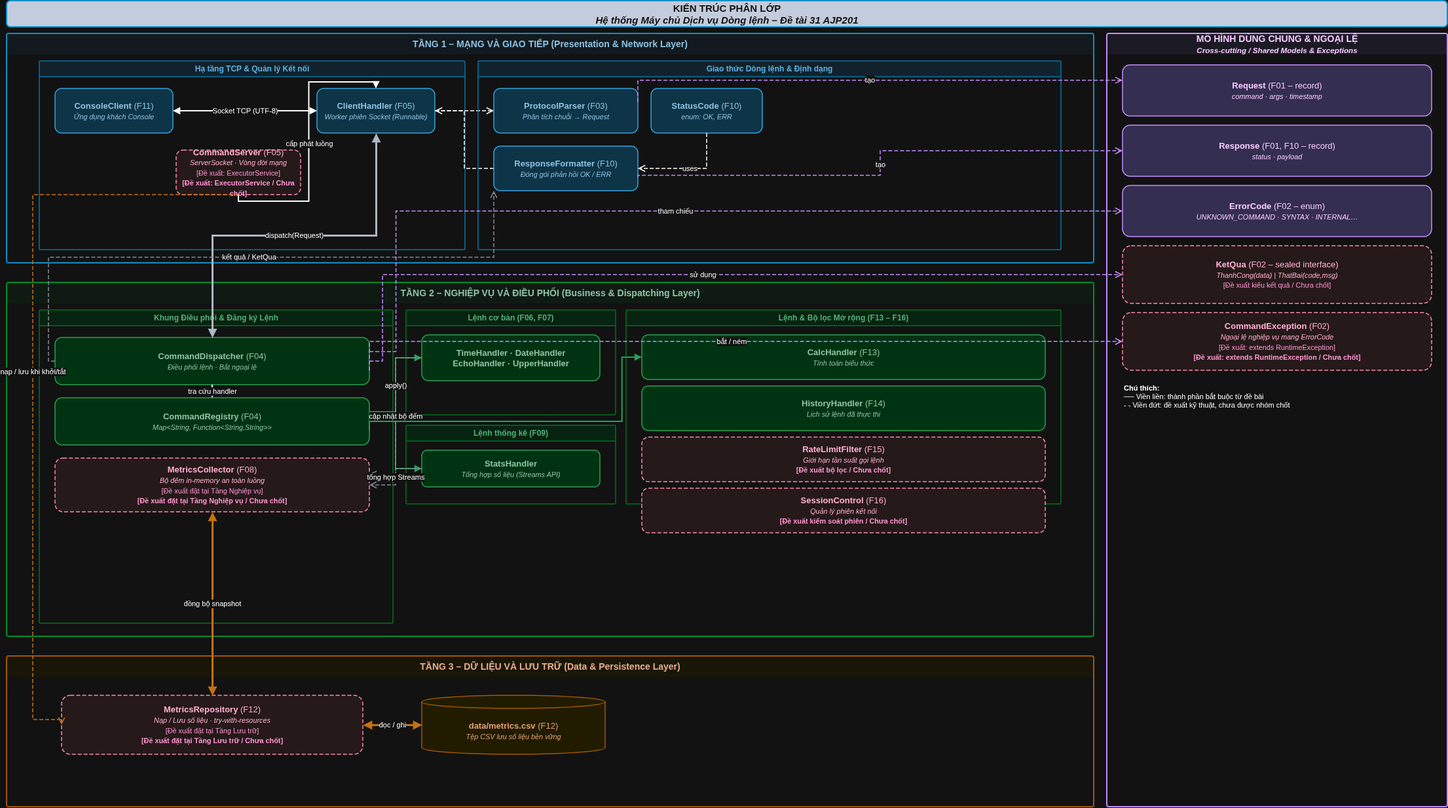
This is docs/so-do/kien-truc-phan-lop.drawio.png from Narturn/Project-may-chu-dich-vu-dong-lenh, a draw.io export, as it was before one commit. Source tidied: cells renumbered, new cells last; positions are measured from the earlier drawing's top-left corner, leaving out a move shared by most shapes.
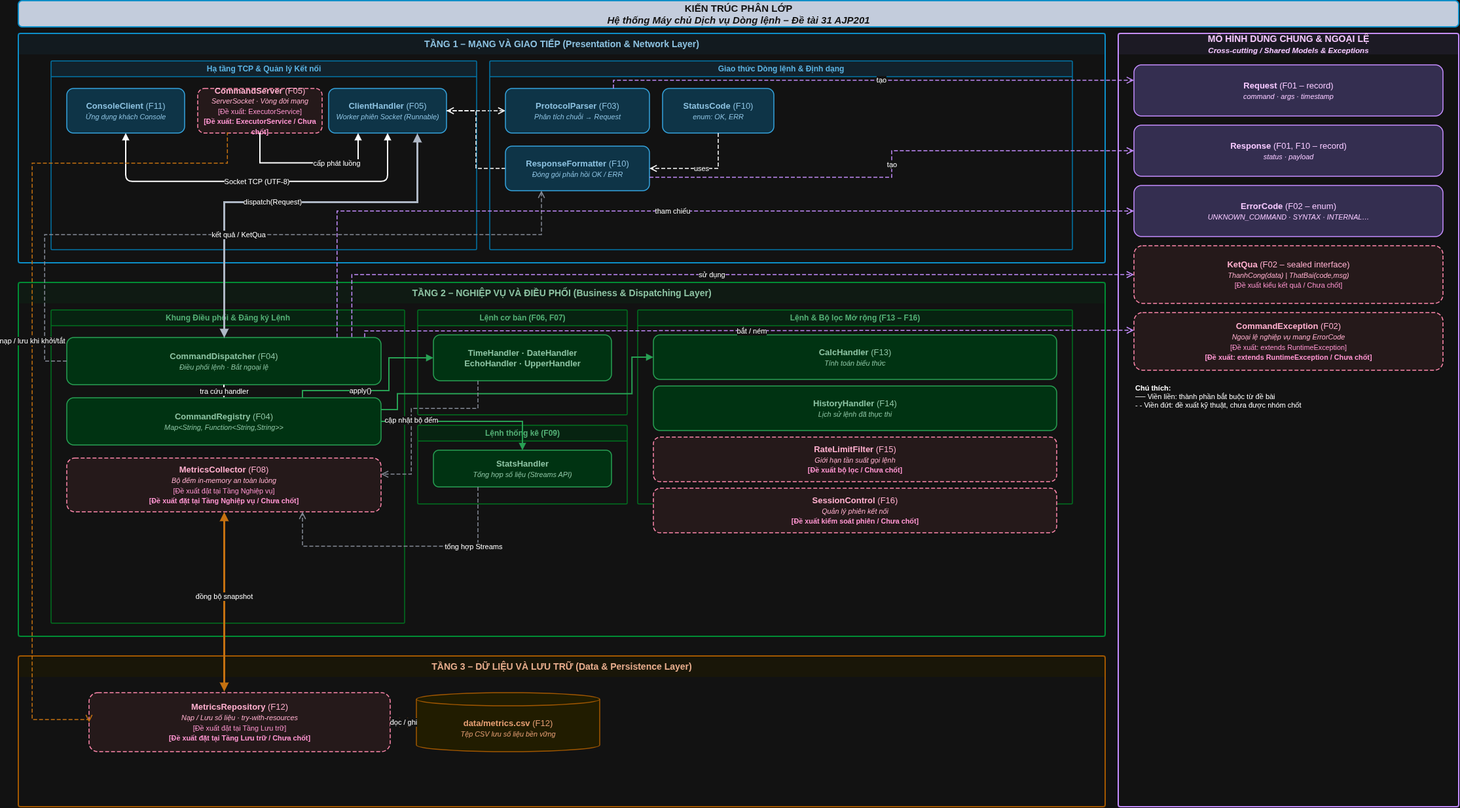
After the change.

Commit message:
docs: add basic command sequence diagram

What changed in the source:
```diff
@@ -15,16 +15,26 @@
       <mxGeometry x="24" y="42" width="180" height="68" as="geometry" />
     </mxCell>
     <mxCell id="6" value="&lt;b&gt;CommandServer&lt;/b&gt; (F05)&lt;br&gt;&lt;small&gt;&lt;i&gt;ServerSocket · Vòng đời mạng&lt;/i&gt;&lt;/small&gt;&lt;br&gt;&lt;small style='color:#BE185D;'&gt;[Đề xuất: ExecutorService]&lt;/small&gt;&lt;br&gt;&lt;small&gt;&lt;font color='#BE185D'&gt;&lt;b&gt;[Đề xuất: ExecutorService / Chưa chốt]&lt;/b&gt;&lt;/font&gt;&lt;/small&gt;" style="rounded=1;whiteSpace=wrap;html=1;fillColor=#FFF1F2;strokeColor=#E11D48;fontColor=#881337;fontSize=13;fontFamily=Helvetica;strokeWidth=1.5;verticalAlign=middle;align=center;dashed=1;dashPattern=6 3;fixDash=1;" parent="4" vertex="1">
-      <mxGeometry x="209" y="136" width="190" height="68" as="geometry" />
+      <mxGeometry x="224" y="42" width="190" height="68" as="geometry" />
     </mxCell>
     <mxCell id="7" value="&lt;b&gt;ClientHandler&lt;/b&gt; (F05)&lt;br&gt;&lt;small&gt;&lt;i&gt;Worker phiên Socket (Runnable)&lt;/i&gt;&lt;/small&gt;" style="rounded=1;whiteSpace=wrap;html=1;fillColor=#BAE6FD;strokeColor=#0284C7;fontColor=#0C4A6E;fontSize=13;fontFamily=Helvetica;strokeWidth=1.5;verticalAlign=middle;align=center;" parent="4" vertex="1">
       <mxGeometry x="424" y="42" width="180" height="68" as="geometry" />
     </mxCell>
-    <mxCell id="8" value="Socket TCP (UTF-8)" style="endArrow=block;startArrow=block;endFill=1;startFill=1;strokeWidth=2;html=1;exitX=1;exitY=0.5;entryX=0;entryY=0.5;edgeStyle=orthogonalEdgeStyle;" parent="4" edge="1" source="5" target="7">
-      <mxGeometry relative="1" as="geometry" />
+    <mxCell id="8" value="Socket TCP (UTF-8)" style="endArrow=block;startArrow=block;endFill=1;startFill=1;strokeWidth=2;html=1;exitX=0.5;exitY=1;entryX=0.5;entryY=1;edgeStyle=orthogonalEdgeStyle;entryDx=0;entryDy=0;exitDx=0;exitDy=0;" parent="4" edge="1" source="5" target="7">
+      <mxGeometry relative="1" as="geometry">
+        <Array as="points">
+          <mxPoint x="114" y="183.7" />
+          <mxPoint x="514" y="183.7" />
+        </Array>
+      </mxGeometry>
     </mxCell>
-    <mxCell id="9" value="cấp phát luồng" style="endArrow=block;endFill=1;strokeWidth=2;html=1;edgeStyle=orthogonalEdgeStyle;rounded=0;exitX=0.5;exitY=1;entryX=0.5;entryY=0;" parent="4" edge="1" source="6" target="7">
-      <mxGeometry relative="1" as="geometry" />
+    <mxCell id="9" value="cấp phát luồng" style="endArrow=block;endFill=1;strokeWidth=2;html=1;edgeStyle=orthogonalEdgeStyle;rounded=0;exitX=0.5;exitY=1;entryX=0.25;entryY=1;entryDx=0;entryDy=0;" parent="4" edge="1" source="6" target="7">
+      <mxGeometry x="0.34" relative="1" as="geometry">
+        <Array as="points">
+          <mxPoint x="319" y="155.5" />
+          <mxPoint x="469" y="155.5" />
+        </Array>
+      </mxGeometry>
     </mxCell>
     <mxCell id="10" style="endArrow=open;endSize=8;strokeWidth=1.5;dashed=1;dashPattern=6 3;fixDash=1;html=1;edgeStyle=orthogonalEdgeStyle;rounded=0;exitX=1;exitY=0.5;entryX=0;entryY=0.5;" parent="4" edge="1" source="7" target="13">
       <mxGeometry relative="1" as="geometry" />
@@ -96,10 +106,10 @@
       <mxGeometry y="1000" width="1660" height="230" as="geometry" />
     </mxCell>
     <mxCell id="33" value="&lt;b&gt;MetricsRepository&lt;/b&gt; (F12)&lt;br&gt;&lt;small&gt;&lt;i&gt;Nạp / Lưu số liệu · try-with-resources&lt;/i&gt;&lt;/small&gt;&lt;br&gt;&lt;small style='color:#BE185D;'&gt;[Đề xuất đặt tại Tầng Lưu trữ]&lt;/small&gt;&lt;br&gt;&lt;small&gt;&lt;font color='#BE185D'&gt;&lt;b&gt;[Đề xuất đặt tại Tầng Lưu trữ / Chưa chốt]&lt;/b&gt;&lt;/font&gt;&lt;/small&gt;" style="rounded=1;whiteSpace=wrap;html=1;fillColor=#FFF1F2;strokeColor=#E11D48;fontColor=#881337;fontSize=13;fontFamily=Helvetica;strokeWidth=1.5;verticalAlign=middle;align=center;dashed=1;dashPattern=6 3;fixDash=1;" parent="32" vertex="1">
-      <mxGeometry x="84" y="60" width="460" height="90" as="geometry" />
+      <mxGeometry x="108" y="56" width="460" height="90" as="geometry" />
     </mxCell>
     <mxCell id="34" value="&lt;b&gt;data/metrics.csv&lt;/b&gt; (F12)&lt;br&gt;&lt;small&gt;&lt;i&gt;Tệp CSV lưu số liệu bền vững&lt;/i&gt;&lt;/small&gt;" style="shape=cylinder3;boundedLbl=1;backgroundOutline=1;size=10;whiteSpace=wrap;html=1;fillColor=#FFF9C4;strokeColor=#F59E0B;fontColor=#92400E;fontSize=13;fontFamily=Helvetica;strokeWidth=1.5;" parent="32" vertex="1">
-      <mxGeometry x="634" y="60" width="280" height="90" as="geometry" />
+      <mxGeometry x="608" y="56" width="280" height="90" as="geometry" />
     </mxCell>
     <mxCell id="35" value="đọc / ghi" style="endArrow=block;endFill=1;strokeWidth=3;startArrow=block;startFill=1;html=1;edgeStyle=orthogonalEdgeStyle;rounded=0;strokeColor=#374151;exitX=1;exitY=0.5;entryX=0;entryY=0.5;strokeColor=#D97706;" parent="32" edge="1" source="33" target="34">
       <mxGeometry relative="1" as="geometry" />
@@ -125,86 +135,94 @@
     <mxCell id="42" value="&lt;b&gt;Chú thích:&lt;/b&gt;&lt;br&gt;── Viền liền: thành phần bắt buộc từ đề bài&lt;br&gt;- - Viền đứt: đề xuất kỹ thuật, chưa được nhóm chốt" style="text;html=1;strokeColor=none;fillColor=none;align=left;verticalAlign=top;whiteSpace=wrap;overflow=hidden;fontSize=11;fontFamily=Helvetica;" parent="36" vertex="1">
       <mxGeometry x="24" y="528" width="472" height="90" as="geometry" />
     </mxCell>
-    <mxCell id="43" value="dispatch(Request)" style="endArrow=block;endFill=1;strokeWidth=3;startArrow=block;startFill=1;html=1;edgeStyle=orthogonalEdgeStyle;rounded=0;strokeColor=#374151;exitX=0.5;exitY=1;entryX=0.5;entryY=0;strokeColor=#374151;" parent="1" edge="1" source="7" target="19">
-      <mxGeometry relative="1" as="geometry" />
+    <mxCell id="43" value="dispatch(Request)" style="endArrow=block;endFill=1;strokeWidth=3;startArrow=block;startFill=1;html=1;edgeStyle=orthogonalEdgeStyle;rounded=0;strokeColor=#374151;exitX=0.75;exitY=1;entryX=0.5;entryY=0;strokeColor=#374151;exitDx=0;exitDy=0;" parent="1" edge="1" source="7" target="19">
+      <mxGeometry x="0.07" relative="1" as="geometry">
+        <Array as="points">
+          <mxPoint x="609" y="307" />
+          <mxPoint x="314" y="307" />
+        </Array>
+      </mxGeometry>
     </mxCell>
-    <mxCell id="44" value="kết quả / KetQua" style="endArrow=open;endSize=8;strokeWidth=1.5;dashed=1;dashPattern=6 3;fixDash=1;html=1;edgeStyle=orthogonalEdgeStyle;rounded=0;exitX=0;exitY=0.5;entryX=0;entryY=1;strokeColor=#6B7280;" parent="1" edge="1" source="19" target="14">
-      <mxGeometry relative="1" as="geometry">
+    <mxCell id="44" value="kết quả / KetQua" style="endArrow=open;endSize=8;strokeWidth=1.5;dashed=1;dashPattern=6 3;fixDash=1;html=1;edgeStyle=orthogonalEdgeStyle;rounded=0;exitX=0;exitY=0.5;entryX=0.25;entryY=1;strokeColor=#6B7280;entryDx=0;entryDy=0;" parent="1" edge="1" source="19" target="14">
+      <mxGeometry x="-0.01" relative="1" as="geometry">
         <Array as="points">
-          <mxPoint x="64" y="550" />
-          <mxPoint x="64" y="391.4" />
-          <mxPoint x="744" y="391.4" />
+          <mxPoint x="40.2" y="550" />
+          <mxPoint x="40.2" y="356.9" />
+          <mxPoint x="799" y="356.9" />
         </Array>
       </mxGeometry>
     </mxCell>
-    <mxCell id="45" value="apply()" style="endArrow=block;endFill=1;strokeWidth=2;html=1;edgeStyle=orthogonalEdgeStyle;rounded=0;exitX=1;exitY=0.3;entryX=0;entryY=0.5;strokeColor=#16A34A;" parent="1" edge="1" source="20" target="24">
-      <mxGeometry relative="1" as="geometry" />
+    <mxCell id="45" value="apply()" style="endArrow=block;endFill=1;strokeWidth=2;html=1;edgeStyle=orthogonalEdgeStyle;rounded=0;exitX=0.75;exitY=0;entryX=0;entryY=0.5;strokeColor=#16A34A;exitDx=0;exitDy=0;" parent="1" edge="1" source="20" target="24">
+      <mxGeometry x="-0.24" relative="1" as="geometry">
+        <Array as="points">
+          <mxPoint x="434" y="595.1" />
+          <mxPoint x="566.1" y="595.1" />
+          <mxPoint x="566.1" y="545" />
+        </Array>
+      </mxGeometry>
     </mxCell>
-    <mxCell id="46" style="endArrow=block;endFill=1;strokeWidth=2;html=1;edgeStyle=orthogonalEdgeStyle;rounded=0;exitX=1;exitY=0.5;entryX=0;entryY=0.5;strokeColor=#16A34A;" parent="1" edge="1" source="20" target="26">
+    <mxCell id="46" style="endArrow=block;endFill=1;strokeWidth=2;html=1;edgeStyle=orthogonalEdgeStyle;rounded=0;exitX=1;exitY=0.5;entryX=0.5;entryY=0;strokeColor=#16A34A;entryDx=0;entryDy=0;" parent="1" edge="1" source="20" target="26">
       <mxGeometry relative="1" as="geometry" />
     </mxCell>
-    <mxCell id="47" style="endArrow=block;endFill=1;strokeWidth=2;html=1;edgeStyle=orthogonalEdgeStyle;rounded=0;exitX=1;exitY=0.7;entryX=0;entryY=0.5;strokeColor=#16A34A;" parent="1" edge="1" source="20" target="28">
-      <mxGeometry relative="1" as="geometry">
+    <mxCell id="47" style="endArrow=block;endFill=1;strokeWidth=2;html=1;edgeStyle=orthogonalEdgeStyle;rounded=0;exitX=1;exitY=0.25;entryX=0;entryY=0.5;strokeColor=#16A34A;exitDx=0;exitDy=0;" parent="1" edge="1" source="20" target="28">
+      <mxGeometry x="-0.06" relative="1" as="geometry">
         <Array as="points">
-          <mxPoint x="554" y="642" />
-          <mxPoint x="939.8" y="642" />
-          <mxPoint x="939.8" y="544" />
+          <mxPoint x="579.1" y="624" />
+          <mxPoint x="579.1" y="599.8" />
+          <mxPoint x="937.2" y="599.8" />
+          <mxPoint x="937.2" y="544" />
         </Array>
       </mxGeometry>
     </mxCell>
-    <mxCell id="48" value="cập nhật bộ đếm" style="endArrow=open;endSize=8;strokeWidth=1.5;dashed=1;dashPattern=6 3;fixDash=1;html=1;edgeStyle=orthogonalEdgeStyle;rounded=0;exitX=0;exitY=0.5;entryX=1;entryY=0.3;strokeColor=#6B7280;" parent="1" edge="1" source="24" target="21">
-      <mxGeometry relative="1" as="geometry" />
+    <mxCell id="48" value="cập nhật bộ đếm" style="endArrow=open;endSize=8;strokeWidth=1.5;dashed=1;dashPattern=6 3;fixDash=1;html=1;edgeStyle=orthogonalEdgeStyle;rounded=0;exitX=0.25;exitY=1;entryX=1;entryY=0.3;strokeColor=#6B7280;exitDx=0;exitDy=0;" parent="1" edge="1" source="24" target="21">
+      <mxGeometry x="0.11" relative="1" as="geometry">
+        <Array as="points">
+          <mxPoint x="702" y="622.3" />
+          <mxPoint x="600.2" y="622.3" />
+          <mxPoint x="600.2" y="722.6" />
+        </Array>
+      </mxGeometry>
     </mxCell>
-    <mxCell id="49" value="tổng hợp Streams" style="endArrow=open;endSize=8;strokeWidth=1.5;dashed=1;dashPattern=6 3;fixDash=1;html=1;edgeStyle=orthogonalEdgeStyle;rounded=0;exitX=0;exitY=0.5;entryX=1;entryY=0.5;strokeColor=#6B7280;" parent="1" edge="1" source="26" target="21">
-      <mxGeometry relative="1" as="geometry" />
+    <mxCell id="49" value="tổng hợp Streams" style="endArrow=open;endSize=8;strokeWidth=1.5;dashed=1;dashPattern=6 3;fixDash=1;html=1;edgeStyle=orthogonalEdgeStyle;rounded=0;exitX=0.25;exitY=1;entryX=0.75;entryY=1;strokeColor=#6B7280;entryDx=0;entryDy=0;exitDx=0;exitDy=0;" parent="1" edge="1" source="26" target="21">
+      <mxGeometry x="-0.52" relative="1" as="geometry">
+        <Array as="points">
+          <mxPoint x="702" y="832.5" />
+          <mxPoint x="434" y="832.5" />
+        </Array>
+      </mxGeometry>
     </mxCell>
-    <mxCell id="50" value="nạp / lưu khi khởi/tắt" style="endArrow=open;endSize=8;strokeWidth=1.5;dashed=1;dashPattern=6 3;fixDash=1;html=1;edgeStyle=orthogonalEdgeStyle;rounded=0;exitX=0.5;exitY=1;entryX=0;entryY=0.5;strokeColor=#D97706;" parent="1" edge="1" source="6" target="33">
-      <mxGeometry relative="1" as="geometry">
+    <mxCell id="50" value="nạp / lưu khi khởi/tắt" style="endArrow=open;endSize=8;strokeWidth=1.5;dashed=1;dashPattern=6 3;fixDash=1;html=1;edgeStyle=orthogonalEdgeStyle;rounded=0;entryX=0;entryY=0.5;strokeColor=#D97706;exitX=0.25;exitY=1;exitDx=0;exitDy=0;" parent="1" edge="1" source="6" target="33">
+      <mxGeometry x="-0.04" relative="1" as="geometry">
         <Array as="points">
-          <mxPoint x="40" y="296" />
-          <mxPoint x="40" y="1097" />
+          <mxPoint x="319.3" y="202" />
+          <mxPoint x="319.3" y="248" />
+          <mxPoint x="21.1" y="248" />
+          <mxPoint x="21.1" y="1097" />
+          <mxPoint x="108" y="1097" />
         </Array>
       </mxGeometry>
     </mxCell>
-    <mxCell id="51" value="đồng bộ snapshot" style="endArrow=block;endFill=1;strokeWidth=3;startArrow=block;startFill=1;html=1;edgeStyle=orthogonalEdgeStyle;rounded=0;strokeColor=#374151;exitX=0.5;exitY=1;entryX=0.5;entryY=0;strokeColor=#D97706;" parent="1" edge="1" source="21" target="33">
-      <mxGeometry relative="1" as="geometry" />
+    <mxCell id="51" value="đồng bộ snapshot" style="endArrow=block;endFill=1;strokeWidth=3;startArrow=block;startFill=1;html=1;edgeStyle=orthogonalEdgeStyle;rounded=0;strokeColor=#374151;exitX=0.5;exitY=1;strokeColor=#D97706;" parent="1" edge="1" source="21">
+      <mxGeometry x="-0.06" relative="1" as="geometry">
+        <mxPoint x="314" y="1053.9" as="targetPoint" />
+      </mxGeometry>
     </mxCell>
-    <mxCell id="52" value="tạo" style="endArrow=open;endSize=8;strokeWidth=1.5;dashed=1;dashPattern=6 3;fixDash=1;html=1;edgeStyle=orthogonalEdgeStyle;rounded=0;exitX=1;exitY=0.3;entryX=0;entryY=0.3;strokeColor=#7C3AED;" parent="1" edge="1" source="13" target="37">
-      <mxGeometry relative="1" as="geometry">
-        <Array as="points">
-          <mxPoint x="964" y="121.4" />
-        </Array>
-      </mxGeometry>
+    <mxCell id="52" value="tạo" style="endArrow=open;endSize=8;strokeWidth=1.5;dashed=1;dashPattern=6 3;fixDash=1;html=1;edgeStyle=orthogonalEdgeStyle;rounded=0;exitX=0.75;exitY=0;entryX=0;entryY=0.3;strokeColor=#7C3AED;exitDx=0;exitDy=0;" parent="1" edge="1" source="13" target="37">
+      <mxGeometry x="0.05" relative="1" as="geometry" />
     </mxCell>
     <mxCell id="53" value="tạo" style="endArrow=open;endSize=8;strokeWidth=1.5;dashed=1;dashPattern=6 3;fixDash=1;html=1;edgeStyle=orthogonalEdgeStyle;rounded=0;exitX=1;exitY=0.7;entryX=0;entryY=0.5;strokeColor=#7C3AED;" parent="1" edge="1" source="14" target="38">
-      <mxGeometry relative="1" as="geometry">
-        <Array as="points">
-          <mxPoint x="964" y="266.6" />
-          <mxPoint x="1334" y="266.6" />
-          <mxPoint x="1334" y="229" />
-        </Array>
-      </mxGeometry>
+      <mxGeometry relative="1" as="geometry" />
     </mxCell>
-    <mxCell id="54" value="tham chiếu" style="endArrow=open;endSize=8;strokeWidth=1.5;dashed=1;dashPattern=6 3;fixDash=1;html=1;edgeStyle=orthogonalEdgeStyle;rounded=0;exitX=1;exitY=0.3;entryX=0;entryY=0.5;strokeColor=#7C3AED;" parent="1" edge="1" source="19" target="39">
-      <mxGeometry relative="1" as="geometry">
-        <Array as="points">
-          <mxPoint x="594.6" y="535.6" />
-          <mxPoint x="594.6" y="321" />
-        </Array>
-      </mxGeometry>
+    <mxCell id="54" value="tham chiếu" style="endArrow=open;endSize=8;strokeWidth=1.5;dashed=1;dashPattern=6 3;fixDash=1;html=1;edgeStyle=orthogonalEdgeStyle;rounded=0;exitX=0.86;exitY=-0.005;entryX=0;entryY=0.5;strokeColor=#7C3AED;exitDx=0;exitDy=0;exitPerimeter=0;" parent="1" edge="1" source="19" target="39">
+      <mxGeometry relative="1" as="geometry" />
     </mxCell>
-    <mxCell id="55" value="sử dụng" style="endArrow=open;endSize=8;strokeWidth=1.5;dashed=1;dashPattern=6 3;fixDash=1;html=1;edgeStyle=orthogonalEdgeStyle;rounded=0;exitX=1;exitY=0.5;entryX=0;entryY=0.5;strokeColor=#7C3AED;" parent="1" edge="1" source="19" target="40">
-      <mxGeometry relative="1" as="geometry">
-        <Array as="points">
-          <mxPoint x="574.1" y="550" />
-          <mxPoint x="574.1" y="418" />
-        </Array>
-      </mxGeometry>
+    <mxCell id="55" value="sử dụng" style="endArrow=open;endSize=8;strokeWidth=1.5;dashed=1;dashPattern=6 3;fixDash=1;html=1;edgeStyle=orthogonalEdgeStyle;rounded=0;exitX=0.907;exitY=-0.01;entryX=0;entryY=0.5;strokeColor=#7C3AED;exitDx=0;exitDy=0;exitPerimeter=0;" parent="1" edge="1" source="19" target="40">
+      <mxGeometry relative="1" as="geometry" />
     </mxCell>
-    <mxCell id="56" value="bắt / ném" style="endArrow=open;endSize=8;strokeWidth=1.5;dashed=1;dashPattern=6 3;fixDash=1;html=1;edgeStyle=orthogonalEdgeStyle;rounded=0;exitX=1;exitY=0.7;entryX=0;entryY=0.5;strokeColor=#7C3AED;" parent="1" edge="1" source="19" target="41">
-      <mxGeometry relative="1" as="geometry">
+    <mxCell id="56" value="bắt / ném" style="endArrow=open;endSize=8;strokeWidth=1.5;dashed=1;dashPattern=6 3;fixDash=1;html=1;edgeStyle=orthogonalEdgeStyle;rounded=0;exitX=0.948;exitY=-0.007;entryX=0;entryY=0.307;strokeColor=#7C3AED;exitDx=0;exitDy=0;exitPerimeter=0;entryDx=0;entryDy=0;entryPerimeter=0;" parent="1" edge="1" source="19" target="41">
+      <mxGeometry x="0.01" relative="1" as="geometry">
         <Array as="points">
-          <mxPoint x="554" y="520" />
+          <mxPoint x="529" y="504" />
         </Array>
       </mxGeometry>
     </mxCell>
```
